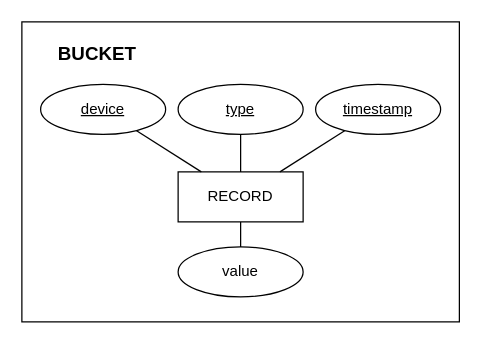
MiguelRocha2001/PS-Monitor-IoT-System keeps this draw.io diagram as Documentation/Diagrams/Influx DB Diagram.drawio. Above is the earlier version. Source tidied: cells renumbered, new cells numbered last; positions are measured from the earlier drawing's top-left corner, leaving out a move shared by most shapes. Both pictures are drawn from the tidied source at 125%, with x=0, y=0 at pixel (21, 21).
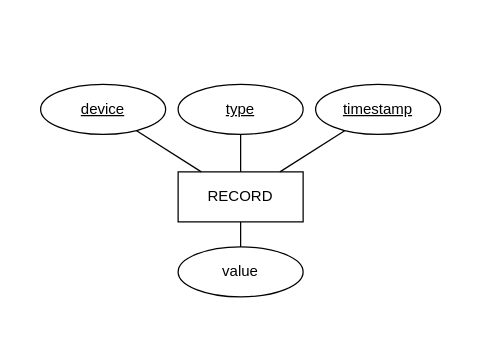
Above is the later version.

Change to the diagram source:
```diff
@@
 <mxGraphModel>
   <root>
     <mxCell id="0" />
     <mxCell id="1" parent="0" />
-    <mxCell id="2" style="rounded=0;whiteSpace=wrap;html=1;" parent="1" vertex="1">
-      <mxGeometry width="350" height="240" as="geometry" />
-    </mxCell>
     <mxCell id="3" value="RECORD" style="whiteSpace=wrap;html=1;align=center;" parent="1" vertex="1">
       <mxGeometry x="125" y="120" width="100" height="40" as="geometry" />
     </mxCell>
     <mxCell id="4" style="endArrow=none;html=1;rounded=0;" parent="1" edge="1" source="7" target="3">
       <mxGeometry relative="1" as="geometry" />
     </mxCell>
     <mxCell id="5" style="endArrow=none;html=1;rounded=0;" parent="1" edge="1" source="8" target="3">
       <mxGeometry relative="1" as="geometry" />
     </mxCell>
     <mxCell id="6" style="endArrow=none;html=1;rounded=0;" parent="1" edge="1" source="12" target="3">
       <mxGeometry relative="1" as="geometry" />
     </mxCell>
     <mxCell id="7" value="device" style="ellipse;whiteSpace=wrap;html=1;align=center;fontStyle=4;" parent="1" vertex="1">
       <mxGeometry x="15" y="50" width="100" height="40" as="geometry" />
     </mxCell>
     <mxCell id="8" value="type" style="ellipse;whiteSpace=wrap;html=1;align=center;fontStyle=4;" parent="1" vertex="1">
       <mxGeometry x="125" y="50" width="100" height="40" as="geometry" />
     </mxCell>
-    <mxCell id="9" value="BUCKET" style="text;html=1;align=center;verticalAlign=middle;strokeColor=none;fillColor=none;fontSize=15;fontStyle=1;" parent="1" vertex="1">
-      <mxGeometry x="15" y="10" width="90" height="30" as="geometry" />
-    </mxCell>
     <mxCell id="10" value="value" style="ellipse;whiteSpace=wrap;html=1;align=center;" parent="1" vertex="1">
       <mxGeometry x="125" y="180" width="100" height="40" as="geometry" />
     </mxCell>
     <mxCell id="11" style="endArrow=none;html=1;rounded=0;" parent="1" edge="1" source="10" target="3">
       <mxGeometry relative="1" as="geometry" />
     </mxCell>
     <mxCell id="12" value="timestamp" style="ellipse;whiteSpace=wrap;html=1;align=center;fontStyle=4;" parent="1" vertex="1">
       <mxGeometry x="235" y="50" width="100" height="40" as="geometry" />
     </mxCell>
   </root>
 </mxGraphModel>
```
